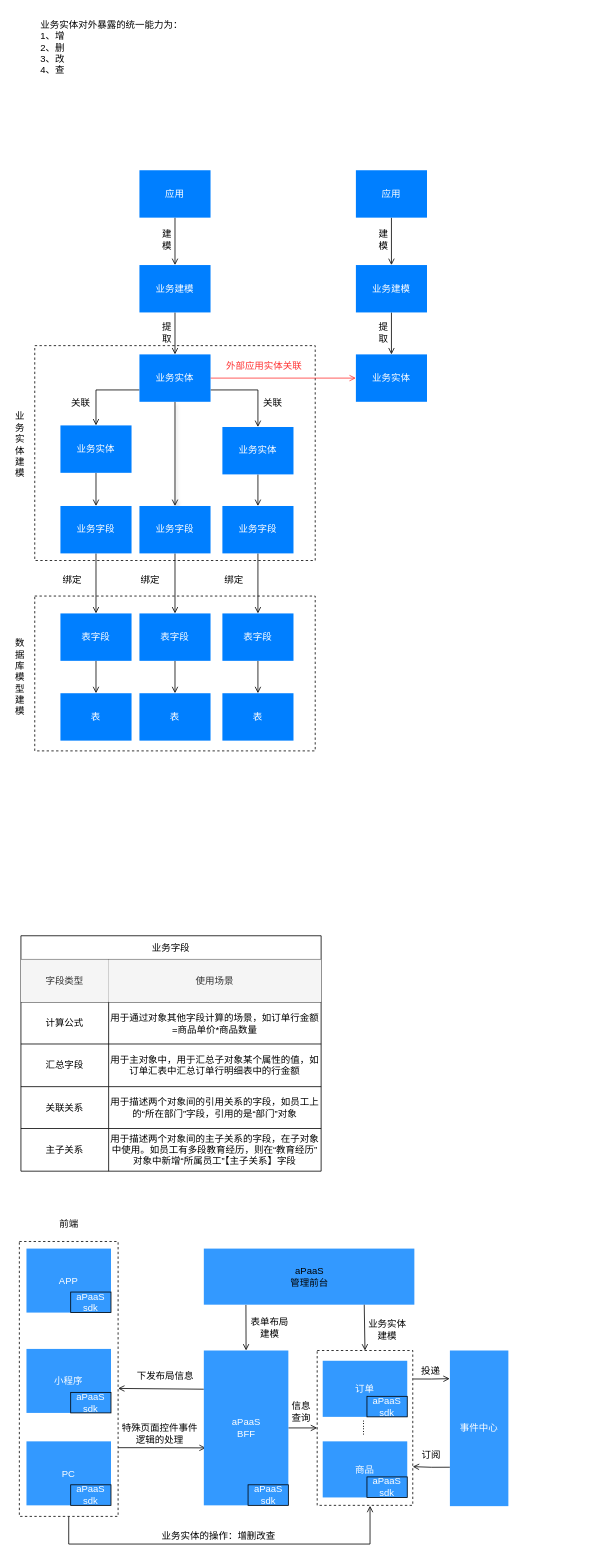
The draw.io diagram docs/LCDP.drawio in lokiworks/codebase, before the edit. Source tidied: cells renumbered, new cells numbered last; positions are measured from the earlier drawing's top-left corner, leaving out a move shared by most shapes. Both pictures are drawn from the tidied source at 79%, with x=0, y=0 at pixel (13, 13).
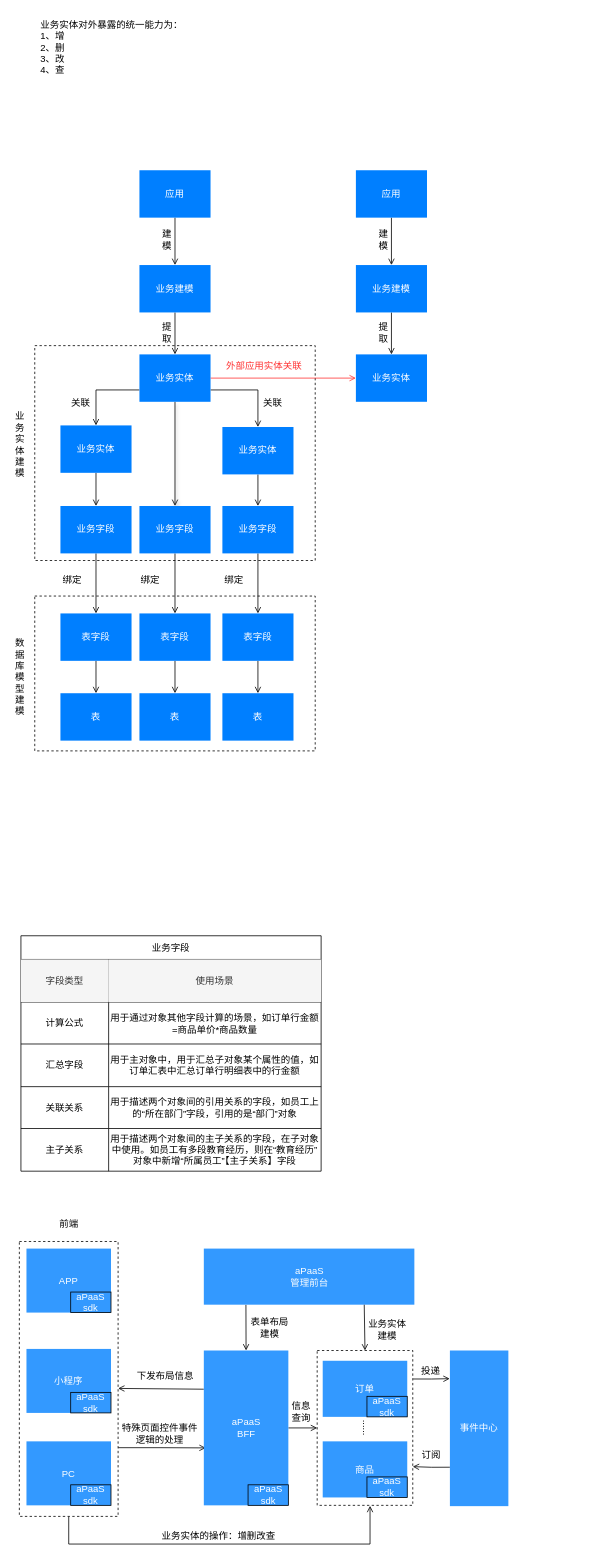
The same page after the edit.

Diff of the diagram source:
```diff
@@
-    <mxCell id="76" value="aPaaS&lt;br&gt;管理前台" style="rounded=0;whiteSpace=wrap;html=1;strokeColor=none;fillColor=#3399FF;" parent="1" vertex="1">
+    <mxCell id="76" value="&lt;font color=&quot;#ffffff&quot;&gt;aPaaS&lt;br&gt;管理前台&lt;/font&gt;" style="rounded=0;whiteSpace=wrap;html=1;strokeColor=none;fillColor=#3399FF;" parent="1" vertex="1">
       <mxGeometry x="240.5" y="1563" width="266.5" height="71" as="geometry" />
     </mxCell>
```
